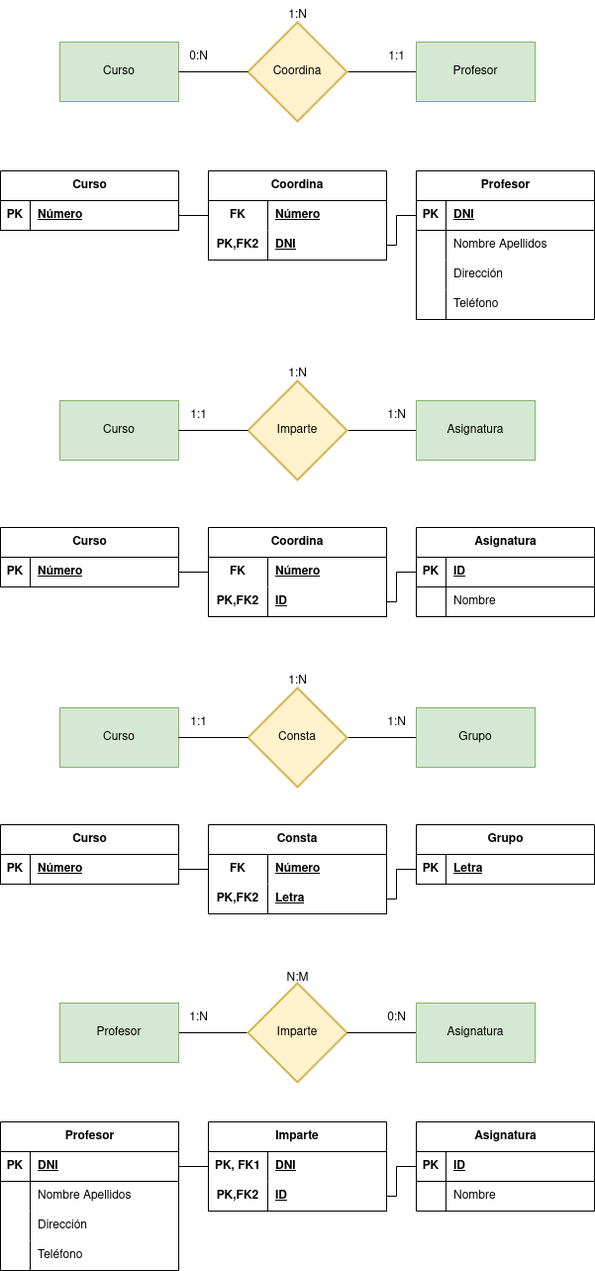
This is tareas 1/Ejercicio calificable docente (MR-2).drawio.png from GermanOjeda/base-datos, a draw.io export, as it was before one commit. Source tidied: cells renumbered, new cells last; positions are measured from the earlier drawing's top-left corner, leaving out a move shared by most shapes.
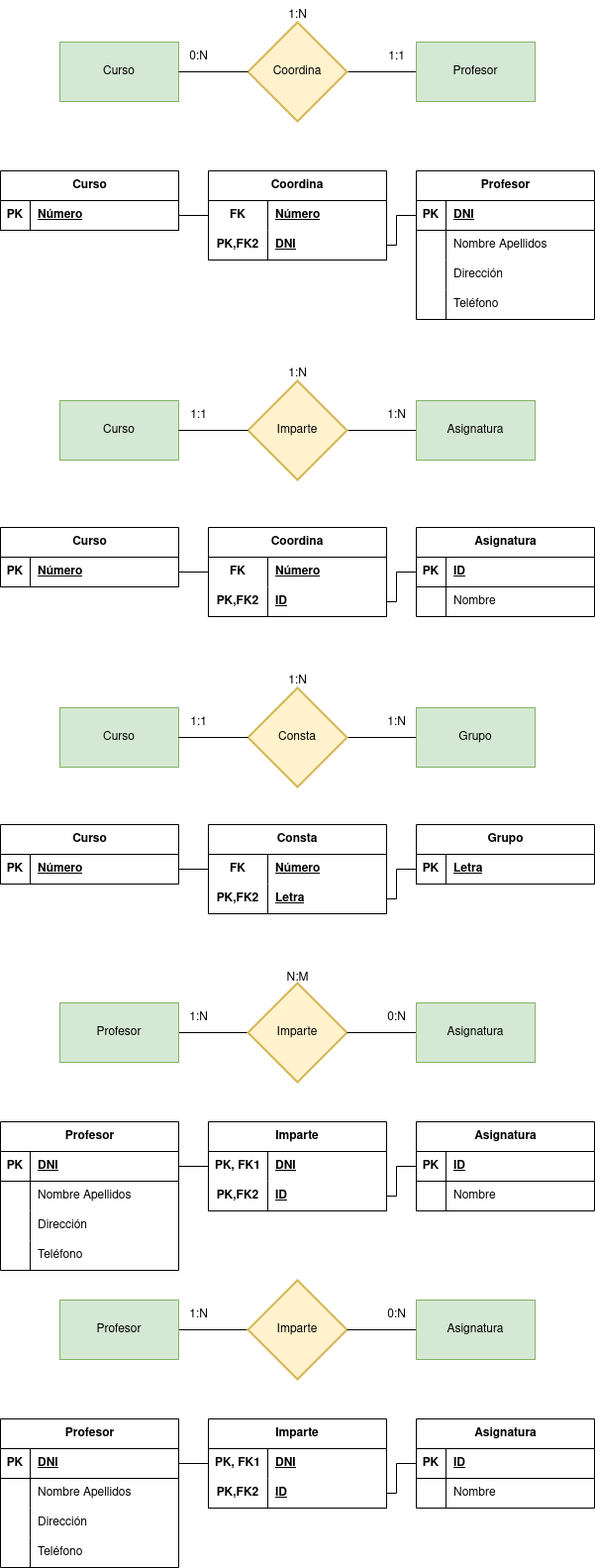
The same file after the commit.

Diff of the diagram source:
```diff
@@ -379,5 +379,119 @@
     <mxCell id="125" style="edgeStyle=orthogonalEdgeStyle;rounded=0;jettySize=auto;html=1;exitX=0;exitY=0.5;exitDx=0;exitDy=0;entryX=1;entryY=0.5;entryDx=0;entryDy=0;endArrow=none;endFill=0;" parent="1" edge="1" source="108" target="121">
       <mxGeometry relative="1" as="geometry" />
     </mxCell>
+    <mxCell id="126" value="Profesor" style="rounded=0;whiteSpace=wrap;html=1;fillColor=#d5e8d4;strokeColor=#82b366;" parent="1" vertex="1">
+      <mxGeometry x="60" y="1012" width="120" height="60" as="geometry" />
+    </mxCell>
+    <mxCell id="127" value="Profesor" style="shape=table;startSize=30;rowLines=0;fontStyle=1;align=center;html=1;" parent="1" vertex="1">
+      <mxGeometry y="1432" width="180" height="150" as="geometry" />
+    </mxCell>
+    <mxCell id="128" style="shape=tableRow;horizontal=0;startSize=0;swimlaneHead=0;swimlaneBody=0;fillColor=none;points=[[0,0.5],[1,0.5]];portConstraint=eastwest;top=0;left=0;right=0;bottom=1;" parent="127" vertex="1">
+      <mxGeometry y="30" width="180" height="30" as="geometry" />
+    </mxCell>
+    <mxCell id="129" value="PK" style="shape=partialRectangle;fillColor=none;top=0;left=0;bottom=0;right=0;fontStyle=1;overflow=hidden;whiteSpace=wrap;html=1;" parent="128" vertex="1">
+      <mxGeometry width="30" height="30" as="geometry" />
+    </mxCell>
+    <mxCell id="130" value="DNI" style="shape=partialRectangle;fillColor=none;top=0;left=0;bottom=0;right=0;align=left;spacingLeft=6;fontStyle=5;overflow=hidden;whiteSpace=wrap;html=1;" parent="128" vertex="1">
+      <mxGeometry x="30" width="150" height="30" as="geometry" />
+    </mxCell>
+    <mxCell id="131" style="shape=tableRow;horizontal=0;startSize=0;swimlaneHead=0;swimlaneBody=0;fillColor=none;top=0;left=0;right=0;bottom=0;" parent="127" vertex="1">
+      <mxGeometry y="60" width="180" height="30" as="geometry" />
+    </mxCell>
+    <mxCell id="132" style="shape=partialRectangle;fillColor=none;top=0;left=0;bottom=0;right=0;overflow=hidden;whiteSpace=wrap;html=1;" parent="131" vertex="1">
+      <mxGeometry width="30" height="30" as="geometry" />
+    </mxCell>
+    <mxCell id="133" value="Nombre Apellidos" style="shape=partialRectangle;fillColor=none;top=0;left=0;bottom=0;right=0;align=left;spacingLeft=6;overflow=hidden;whiteSpace=wrap;html=1;" parent="131" vertex="1">
+      <mxGeometry x="30" width="150" height="30" as="geometry" />
+    </mxCell>
+    <mxCell id="134" style="shape=tableRow;horizontal=0;startSize=0;swimlaneHead=0;swimlaneBody=0;fillColor=none;top=0;left=0;right=0;bottom=0;" parent="127" vertex="1">
+      <mxGeometry y="90" width="180" height="30" as="geometry" />
+    </mxCell>
+    <mxCell id="135" style="shape=partialRectangle;fillColor=none;top=0;left=0;bottom=0;right=0;overflow=hidden;whiteSpace=wrap;html=1;" parent="134" vertex="1">
+      <mxGeometry width="30" height="30" as="geometry" />
+    </mxCell>
+    <mxCell id="136" value="Dirección" style="shape=partialRectangle;fillColor=none;top=0;left=0;bottom=0;right=0;align=left;spacingLeft=6;overflow=hidden;whiteSpace=wrap;html=1;" parent="134" vertex="1">
+      <mxGeometry x="30" width="150" height="30" as="geometry" />
+    </mxCell>
+    <mxCell id="137" style="shape=tableRow;horizontal=0;startSize=0;swimlaneHead=0;swimlaneBody=0;fillColor=none;top=0;left=0;right=0;bottom=0;" parent="127" vertex="1">
+      <mxGeometry y="120" width="180" height="30" as="geometry" />
+    </mxCell>
+    <mxCell id="138" style="shape=partialRectangle;fillColor=none;top=0;left=0;bottom=0;right=0;overflow=hidden;whiteSpace=wrap;html=1;" parent="137" vertex="1">
+      <mxGeometry width="30" height="30" as="geometry" />
+    </mxCell>
+    <mxCell id="139" value="Teléfono" style="shape=partialRectangle;fillColor=none;top=0;left=0;bottom=0;right=0;align=left;spacingLeft=6;overflow=hidden;whiteSpace=wrap;html=1;" parent="137" vertex="1">
+      <mxGeometry x="30" width="150" height="30" as="geometry" />
+    </mxCell>
+    <mxCell id="140" style="edgeStyle=orthogonalEdgeStyle;rounded=0;jettySize=auto;html=1;endArrow=none;endFill=0;" parent="1" edge="1" source="141" target="142">
+      <mxGeometry relative="1" as="geometry" />
+    </mxCell>
+    <mxCell id="141" value="Profesor" style="rounded=0;whiteSpace=wrap;html=1;fillColor=#d5e8d4;strokeColor=#82b366;" parent="1" vertex="1">
+      <mxGeometry x="60" y="1312" width="120" height="60" as="geometry" />
+    </mxCell>
+    <mxCell id="142" value="Imparte" style="strokeWidth=2;html=1;shape=mxgraph.flowchart.decision;whiteSpace=wrap;fillColor=#fff2cc;strokeColor=#d6b656;" parent="1" vertex="1">
+      <mxGeometry x="250" y="1292" width="100" height="100" as="geometry" />
+    </mxCell>
+    <mxCell id="143" style="edgeStyle=orthogonalEdgeStyle;rounded=0;jettySize=auto;html=1;endArrow=none;endFill=0;" parent="1" edge="1" source="144" target="142">
+      <mxGeometry relative="1" as="geometry" />
+    </mxCell>
+    <mxCell id="144" value="Asignatura" style="rounded=0;whiteSpace=wrap;html=1;fillColor=#d5e8d4;strokeColor=#82b366;" parent="1" vertex="1">
+      <mxGeometry x="420" y="1312" width="120" height="60" as="geometry" />
+    </mxCell>
+    <mxCell id="145" value="Asignatura" style="shape=table;startSize=30;rowLines=0;fontStyle=1;align=center;html=1;" parent="1" vertex="1">
+      <mxGeometry x="420" y="1432" width="180" height="90" as="geometry" />
+    </mxCell>
+    <mxCell id="146" style="shape=tableRow;horizontal=0;startSize=0;swimlaneHead=0;swimlaneBody=0;fillColor=none;points=[[0,0.5],[1,0.5]];portConstraint=eastwest;top=0;left=0;right=0;bottom=1;" parent="145" vertex="1">
+      <mxGeometry y="30" width="180" height="30" as="geometry" />
+    </mxCell>
+    <mxCell id="147" value="PK" style="shape=partialRectangle;fillColor=none;top=0;left=0;bottom=0;right=0;fontStyle=1;overflow=hidden;whiteSpace=wrap;html=1;" parent="146" vertex="1">
+      <mxGeometry width="30" height="30" as="geometry" />
+    </mxCell>
+    <mxCell id="148" value="ID" style="shape=partialRectangle;fillColor=none;top=0;left=0;bottom=0;right=0;align=left;spacingLeft=6;fontStyle=5;overflow=hidden;whiteSpace=wrap;html=1;" parent="146" vertex="1">
+      <mxGeometry x="30" width="150" height="30" as="geometry" />
+    </mxCell>
+    <mxCell id="149" style="shape=tableRow;horizontal=0;startSize=0;swimlaneHead=0;swimlaneBody=0;fillColor=none;top=0;left=0;right=0;bottom=0;" parent="145" vertex="1">
+      <mxGeometry y="60" width="180" height="30" as="geometry" />
+    </mxCell>
+    <mxCell id="150" style="shape=partialRectangle;fillColor=none;top=0;left=0;bottom=0;right=0;overflow=hidden;whiteSpace=wrap;html=1;" parent="149" vertex="1">
+      <mxGeometry width="30" height="30" as="geometry" />
+    </mxCell>
+    <mxCell id="151" value="Nombre" style="shape=partialRectangle;fillColor=none;top=0;left=0;bottom=0;right=0;align=left;spacingLeft=6;overflow=hidden;whiteSpace=wrap;html=1;" parent="149" vertex="1">
+      <mxGeometry x="30" width="150" height="30" as="geometry" />
+    </mxCell>
+    <mxCell id="152" value="1:N" style="text;html=1;align=center;verticalAlign=middle;strokeColor=none;fillColor=none;" parent="1" vertex="1">
+      <mxGeometry x="180" y="1312" width="40" height="30" as="geometry" />
+    </mxCell>
+    <mxCell id="153" value="0:N" style="text;html=1;align=center;verticalAlign=middle;strokeColor=none;fillColor=none;" parent="1" vertex="1">
+      <mxGeometry x="380" y="1312" width="40" height="30" as="geometry" />
+    </mxCell>
+    <mxCell id="154" value="Imparte" style="shape=table;startSize=30;rowLines=0;fontStyle=1;align=center;html=1;whiteSpace=wrap;" parent="1" vertex="1">
+      <mxGeometry x="210" y="1432" width="180" height="90" as="geometry" />
+    </mxCell>
+    <mxCell id="155" style="shape=tableRow;horizontal=0;startSize=0;swimlaneHead=0;swimlaneBody=0;fillColor=none;points=[[0,0.5],[1,0.5]];portConstraint=eastwest;top=0;left=0;right=0;bottom=0;html=1;" parent="154" vertex="1">
+      <mxGeometry y="30" width="180" height="30" as="geometry" />
+    </mxCell>
+    <mxCell id="156" value="PK, FK1" style="shape=partialRectangle;fillColor=none;top=0;left=0;bottom=0;right=0;fontStyle=1;overflow=hidden;html=1;whiteSpace=wrap;" parent="155" vertex="1">
+      <mxGeometry width="60" height="30" as="geometry" />
+    </mxCell>
+    <mxCell id="157" value="DNI" style="shape=partialRectangle;fillColor=none;top=0;left=0;bottom=0;right=0;align=left;spacingLeft=6;fontStyle=5;overflow=hidden;html=1;whiteSpace=wrap;" parent="155" vertex="1">
+      <mxGeometry x="60" width="120" height="30" as="geometry" />
+    </mxCell>
+    <mxCell id="158" style="shape=tableRow;horizontal=0;startSize=0;swimlaneHead=0;swimlaneBody=0;fillColor=none;points=[[0,0.5],[1,0.5]];portConstraint=eastwest;top=0;left=0;right=0;bottom=1;html=1;" parent="154" vertex="1">
+      <mxGeometry y="60" width="180" height="30" as="geometry" />
+    </mxCell>
+    <mxCell id="159" value="PK,FK2" style="shape=partialRectangle;fillColor=none;top=0;left=0;bottom=0;right=0;fontStyle=1;overflow=hidden;html=1;whiteSpace=wrap;" parent="158" vertex="1">
+      <mxGeometry width="60" height="30" as="geometry" />
+    </mxCell>
+    <mxCell id="160" value="ID" style="shape=partialRectangle;fillColor=none;top=0;left=0;bottom=0;right=0;align=left;spacingLeft=6;fontStyle=5;overflow=hidden;html=1;whiteSpace=wrap;" parent="158" vertex="1">
+      <mxGeometry x="60" width="120" height="30" as="geometry" />
+    </mxCell>
+    <mxCell id="161" style="edgeStyle=orthogonalEdgeStyle;rounded=0;jettySize=auto;html=1;exitX=1;exitY=0.5;exitDx=0;exitDy=0;entryX=0;entryY=0.5;entryDx=0;entryDy=0;endArrow=none;endFill=0;" parent="1" edge="1" source="128" target="155">
+      <mxGeometry relative="1" as="geometry" />
+    </mxCell>
+    <mxCell id="162" style="edgeStyle=orthogonalEdgeStyle;rounded=0;jettySize=auto;html=1;exitX=0;exitY=0.5;exitDx=0;exitDy=0;entryX=1;entryY=0.5;entryDx=0;entryDy=0;endArrow=none;endFill=0;" parent="1" edge="1" source="146" target="158">
+      <mxGeometry relative="1" as="geometry" />
+    </mxCell>
+    <mxCell id="163" value="Profesor" style="rounded=0;whiteSpace=wrap;html=1;fillColor=#d5e8d4;strokeColor=#82b366;" parent="1" vertex="1">
+      <mxGeometry x="60" y="1312" width="120" height="60" as="geometry" />
+    </mxCell>
   </root>
 </mxGraphModel>
```
